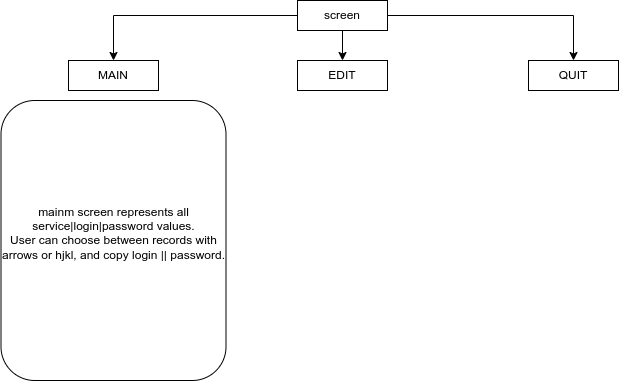
zedddie16/tRust keeps this draw.io diagram as architecture.drawio.png. Above is the earlier version. Source tidied: cells renumbered, new cells last; positions are measured from the earlier drawing's top-left corner, leaving out a move shared by most shapes.
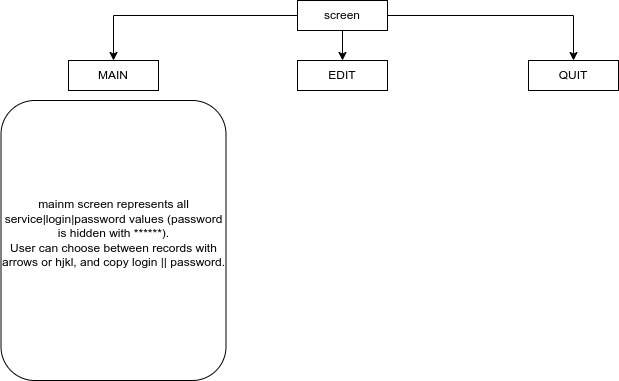
After the change.

Diff of the diagram source:
```diff
@@ -23,7 +23,7 @@
     <mxCell id="8" value="QUIT" style="rounded=0;whiteSpace=wrap;html=1;" parent="1" vertex="1">
       <mxGeometry x="528" y="60" width="90" height="30" as="geometry" />
     </mxCell>
-    <mxCell id="9" value="mainm screen represents all service|login|password values.&lt;div&gt;User can choose between records with arrows or hjkl, and copy login || password.&lt;/div&gt;&lt;div&gt;&lt;br&gt;&lt;/div&gt;" style="rounded=1;whiteSpace=wrap;html=1;" parent="1" vertex="1">
+    <mxCell id="9" value="mainm screen represents all service|login|password values (password is hidden with ******).&lt;div&gt;User can choose between records with arrows or hjkl, and copy login || password.&lt;/div&gt;&lt;div&gt;&lt;br&gt;&lt;/div&gt;" style="rounded=1;whiteSpace=wrap;html=1;" parent="1" vertex="1">
       <mxGeometry x="0.5" y="100" width="225" height="280" as="geometry" />
     </mxCell>
   </root>
```
